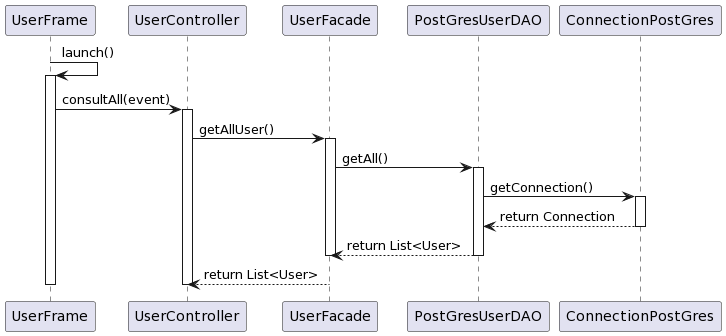
thmsfnr/Simplify keeps this PlantUML diagram as diagrammes/User/sequence-consultAll.png. Above is the earlier version. Its source is kept beside it as diagrammes/User/sequence-consultAll.plantuml. Its diagram source:
```plantuml
@startuml consultAll

UserFrame -> UserFrame : launch()
activate UserFrame

UserFrame -> UserController: consultAll(event)
activate UserController

UserController -> UserFacade: getAllUser()
activate UserFacade

UserFacade -> PostGresUserDAO : getAll()
activate PostGresUserDAO

PostGresUserDAO -> ConnectionPostGres : getConnection()
activate ConnectionPostGres
ConnectionPostGres --> PostGresUserDAO : return Connection
deactivate ConnectionPostGres
PostGresUserDAO --> UserFacade : return List<User>
deactivate PostGresUserDAO
deactivate UserFacade

UserFacade --> UserController : return List<User>
deactivate UserController
deactivate UserFrame

@enduml
```
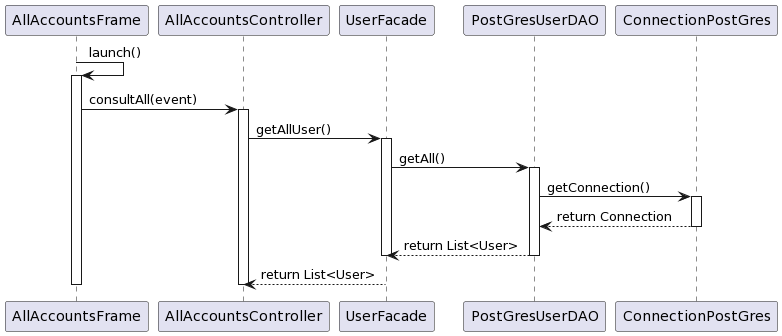
The same diagram one commit later.

What changed in the source:
```diff
@@ -1,12 +1,12 @@
 @startuml consultAll
 
-UserFrame -> UserFrame : launch()
-activate UserFrame
+AllAccountsFrame -> AllAccountsFrame : launch()
+activate AllAccountsFrame
 
-UserFrame -> UserController: consultAll(event)
-activate UserController
+AllAccountsFrame -> AllAccountsController: consultAll(event)
+activate AllAccountsController
 
-UserController -> UserFacade: getAllUser()
+AllAccountsController -> UserFacade: getAllUser()
 activate UserFacade
 
 UserFacade -> PostGresUserDAO : getAll()
@@ -20,8 +20,8 @@
 deactivate PostGresUserDAO
 deactivate UserFacade
 
-UserFacade --> UserController : return List<User>
-deactivate UserController
-deactivate UserFrame
+UserFacade --> AllAccountsController : return List<User>
+deactivate AllAccountsController
+deactivate AllAccountsFrame
 
 @enduml
```
